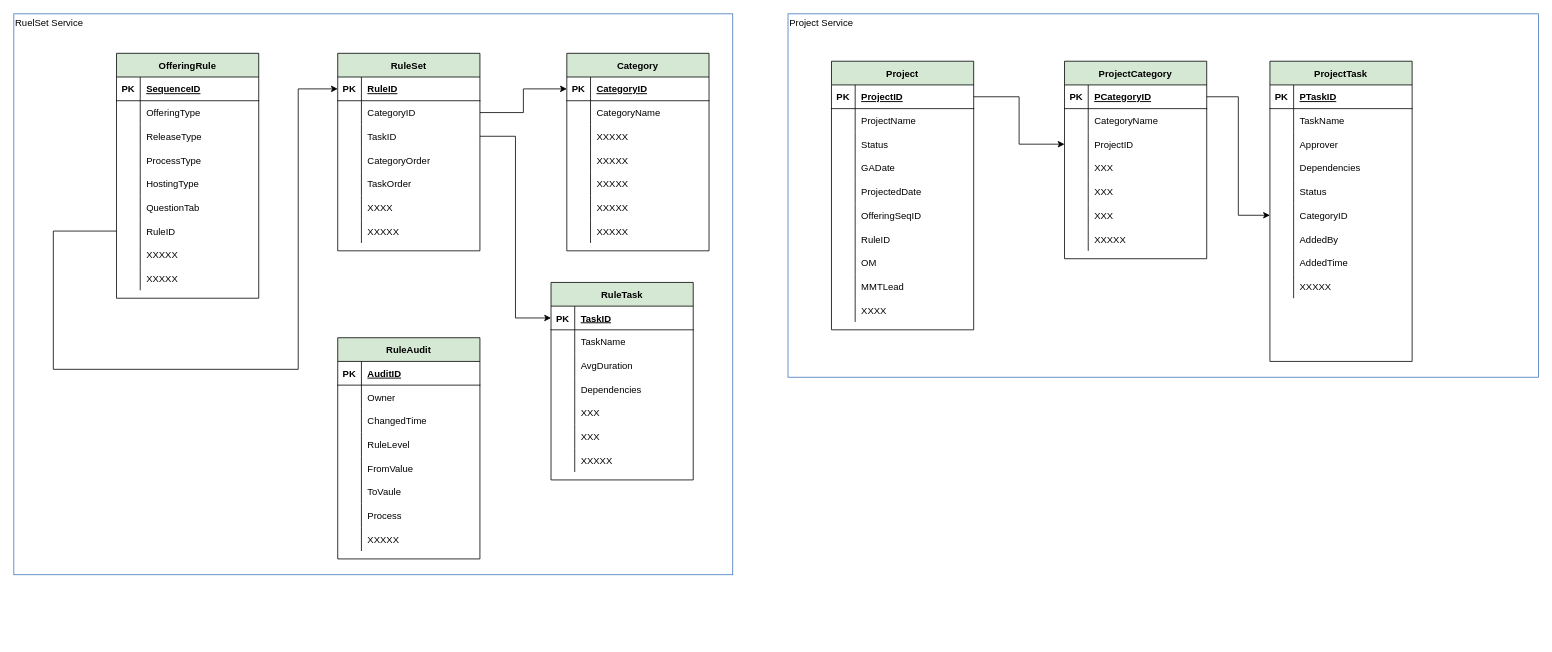
Before: page "Data Model" (4 of 6) of oasis-architecture.drawio in JackZhao2517/drawio_folder, a draw.io diagram. Source tidied: cells renumbered, new cells numbered last; positions are measured from the earlier drawing's top-left corner, leaving out a move shared by most shapes. Both pictures are drawn from the tidied source at 79%, with x=0, y=0 at pixel (13, 13).
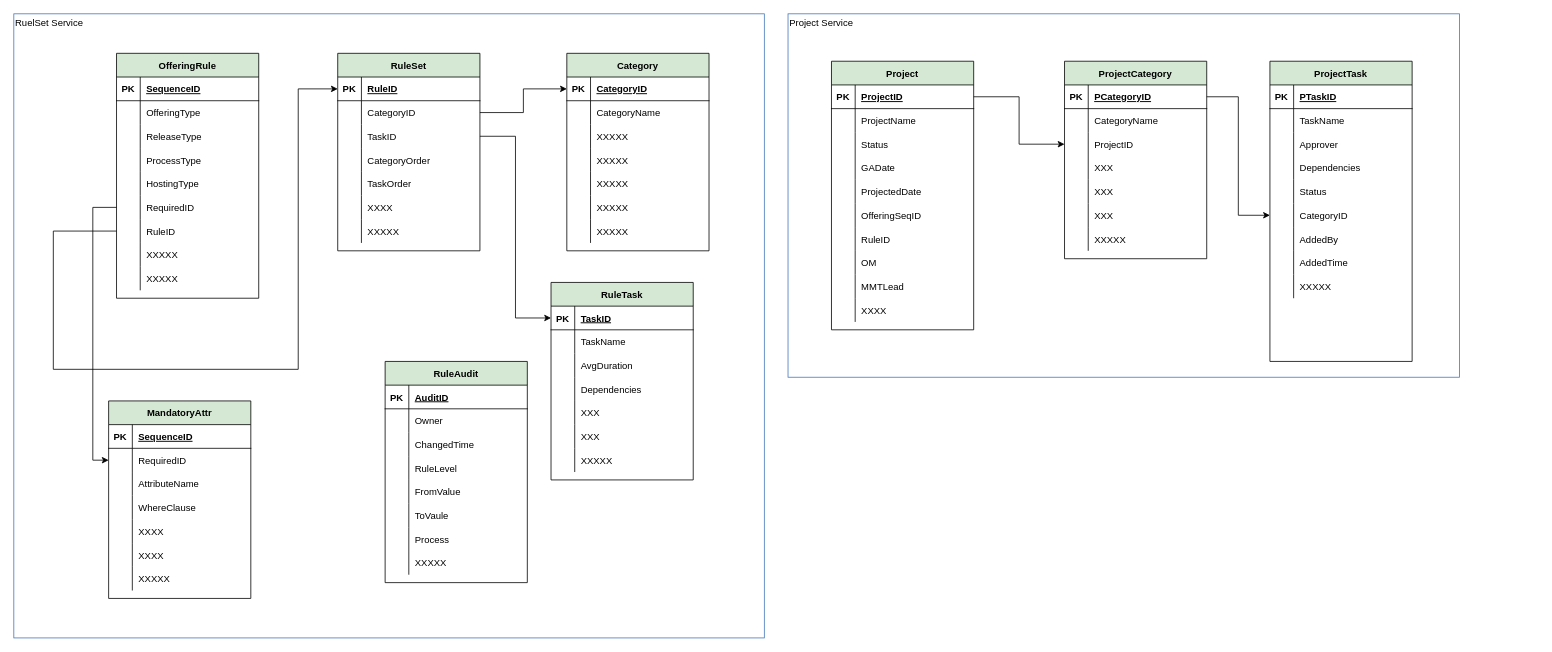
The same diagram, later.

Unchanged cells that the change refers to:
```xml
<mxCell id="88" style="shape=partialRectangle;fillColor=none;top=0;left=0;bottom=0;right=0;points=[[0,0.5],[1,0.5]];portConstraint=eastwest;" parent="72" vertex="1">
  <mxGeometry y="180" width="180" height="30" as="geometry" />
</mxCell>
```

Change to the diagram source:
```diff
@@
     <mxCell id="2" value="&lt;div align=&quot;left&quot;&gt;RuelSet Service&lt;/div&gt;" style="fontStyle=0;verticalAlign=top;align=left;spacingTop=-2;fillColor=none;rounded=0;whiteSpace=wrap;html=1;strokeColor=#4376BB;strokeWidth=1;dashed=0;" parent="1" vertex="1">
-      <mxGeometry width="910" height="710" as="geometry" />
+      <mxGeometry width="950" height="790" as="geometry" />
     </mxCell>
@@
     <mxCell id="47" value="RuleAudit" style="shape=table;startSize=30;childLayout=tableLayout;rowLines=0;fontStyle=1;align=center;fillColor=#D5E8D4;" parent="2" vertex="1">
-      <mxGeometry x="410" y="410" width="180" height="280" as="geometry" />
+      <mxGeometry x="470" y="440" width="180" height="280" as="geometry" />
     </mxCell>
@@
+    <mxCell id="209" value="MandatoryAttr" style="shape=table;startSize=30;childLayout=tableLayout;rowLines=0;fontStyle=1;align=center;fillColor=#D5E8D4;" parent="2" vertex="1">
+      <mxGeometry x="120" y="490" width="180" height="250" as="geometry" />
+    </mxCell>
+    <mxCell id="210" style="shape=partialRectangle;fillColor=none;top=0;left=0;bottom=1;right=0;" parent="209" vertex="1">
+      <mxGeometry y="30" width="180" height="30" as="geometry" />
+    </mxCell>
+    <mxCell id="211" value="PK" style="shape=partialRectangle;fillColor=none;top=0;left=0;bottom=0;right=0;fontStyle=1;overflow=hidden;" parent="210" vertex="1">
+      <mxGeometry width="30" height="30" as="geometry" />
+    </mxCell>
+    <mxCell id="212" value="SequenceID" style="shape=partialRectangle;fillColor=none;top=0;left=0;bottom=0;right=0;align=left;spacingLeft=6;fontStyle=5;overflow=hidden;" parent="210" vertex="1">
+      <mxGeometry x="30" width="150" height="30" as="geometry" />
+    </mxCell>
+    <mxCell id="213" style="shape=partialRectangle;fillColor=none;top=0;left=0;bottom=0;right=0;points=[[0,0.5],[1,0.5]];portConstraint=eastwest;" parent="209" vertex="1">
+      <mxGeometry y="60" width="180" height="30" as="geometry" />
+    </mxCell>
+    <mxCell id="214" style="shape=partialRectangle;fillColor=none;top=0;left=0;bottom=0;right=0;overflow=hidden;" parent="213" vertex="1">
+      <mxGeometry width="30" height="30" as="geometry" />
+    </mxCell>
+    <mxCell id="215" value="RequiredID" style="shape=partialRectangle;fillColor=none;top=0;left=0;bottom=0;right=0;align=left;spacingLeft=6;overflow=hidden;" parent="213" vertex="1">
+      <mxGeometry x="30" width="150" height="30" as="geometry" />
+    </mxCell>
+    <mxCell id="216" style="shape=partialRectangle;fillColor=none;top=0;left=0;bottom=0;right=0;" parent="209" vertex="1">
+      <mxGeometry y="90" width="180" height="30" as="geometry" />
+    </mxCell>
+    <mxCell id="217" style="shape=partialRectangle;fillColor=none;top=0;left=0;bottom=0;right=0;overflow=hidden;" parent="216" vertex="1">
+      <mxGeometry width="30" height="30" as="geometry" />
+    </mxCell>
+    <mxCell id="218" value="AttributeName" style="shape=partialRectangle;fillColor=none;top=0;left=0;bottom=0;right=0;align=left;spacingLeft=6;overflow=hidden;" parent="216" vertex="1">
+      <mxGeometry x="30" width="150" height="30" as="geometry" />
+    </mxCell>
+    <mxCell id="219" style="shape=partialRectangle;fillColor=none;top=0;left=0;bottom=0;right=0;" parent="209" vertex="1">
+      <mxGeometry y="120" width="180" height="30" as="geometry" />
+    </mxCell>
+    <mxCell id="220" style="shape=partialRectangle;fillColor=none;top=0;left=0;bottom=0;right=0;overflow=hidden;" parent="219" vertex="1">
+      <mxGeometry width="30" height="30" as="geometry" />
+    </mxCell>
+    <mxCell id="221" value="WhereClause" style="shape=partialRectangle;fillColor=none;top=0;left=0;bottom=0;right=0;align=left;spacingLeft=6;overflow=hidden;" parent="219" vertex="1">
+      <mxGeometry x="30" width="150" height="30" as="geometry" />
+    </mxCell>
+    <mxCell id="222" style="shape=partialRectangle;fillColor=none;top=0;left=0;bottom=0;right=0;" parent="209" vertex="1">
+      <mxGeometry y="150" width="180" height="30" as="geometry" />
+    </mxCell>
+    <mxCell id="223" style="shape=partialRectangle;fillColor=none;top=0;left=0;bottom=0;right=0;overflow=hidden;" parent="222" vertex="1">
+      <mxGeometry width="30" height="30" as="geometry" />
+    </mxCell>
+    <mxCell id="224" value="XXXX" style="shape=partialRectangle;fillColor=none;top=0;left=0;bottom=0;right=0;align=left;spacingLeft=6;overflow=hidden;" parent="222" vertex="1">
+      <mxGeometry x="30" width="150" height="30" as="geometry" />
+    </mxCell>
+    <mxCell id="225" style="shape=partialRectangle;fillColor=none;top=0;left=0;bottom=0;right=0;" parent="209" vertex="1">
+      <mxGeometry y="180" width="180" height="30" as="geometry" />
+    </mxCell>
+    <mxCell id="226" style="shape=partialRectangle;fillColor=none;top=0;left=0;bottom=0;right=0;overflow=hidden;" parent="225" vertex="1">
+      <mxGeometry width="30" height="30" as="geometry" />
+    </mxCell>
+    <mxCell id="227" value="XXXX" style="shape=partialRectangle;fillColor=none;top=0;left=0;bottom=0;right=0;align=left;spacingLeft=6;overflow=hidden;" parent="225" vertex="1">
+      <mxGeometry x="30" width="150" height="30" as="geometry" />
+    </mxCell>
+    <mxCell id="228" style="shape=partialRectangle;fillColor=none;top=0;left=0;bottom=0;right=0;" parent="209" vertex="1">
+      <mxGeometry y="210" width="180" height="30" as="geometry" />
+    </mxCell>
+    <mxCell id="229" style="shape=partialRectangle;fillColor=none;top=0;left=0;bottom=0;right=0;overflow=hidden;" parent="228" vertex="1">
+      <mxGeometry width="30" height="30" as="geometry" />
+    </mxCell>
+    <mxCell id="230" value="XXXXX" style="shape=partialRectangle;fillColor=none;top=0;left=0;bottom=0;right=0;align=left;spacingLeft=6;overflow=hidden;" parent="228" vertex="1">
+      <mxGeometry x="30" width="150" height="30" as="geometry" />
+    </mxCell>
@@
-    <mxCell id="90" value="QuestionTab" style="shape=partialRectangle;fillColor=none;top=0;left=0;bottom=0;right=0;align=left;spacingLeft=6;overflow=hidden;" parent="88" vertex="1">
+    <mxCell id="90" value="RequiredID" style="shape=partialRectangle;fillColor=none;top=0;left=0;bottom=0;right=0;align=left;spacingLeft=6;overflow=hidden;" parent="88" vertex="1">
       <mxGeometry x="30" width="150" height="30" as="geometry" />
     </mxCell>
@@
     <mxCell id="123" value="&lt;div align=&quot;left&quot;&gt;Project Service&lt;/div&gt;" style="fontStyle=0;verticalAlign=top;align=left;spacingTop=-2;fillColor=none;rounded=0;whiteSpace=wrap;html=1;strokeColor=#4376BB;strokeWidth=1;dashed=0;" parent="1" vertex="1">
-      <mxGeometry x="980" width="950" height="460" as="geometry" />
+      <mxGeometry x="980" width="850" height="460" as="geometry" />
     </mxCell>
@@
+    <mxCell id="231" style="edgeStyle=orthogonalEdgeStyle;rounded=0;jettySize=auto;html=1;exitX=0;exitY=0.5;exitDx=0;exitDy=0;entryX=0;entryY=0.5;entryDx=0;entryDy=0;" parent="1" edge="1" source="88" target="213">
+      <mxGeometry relative="1" as="geometry" />
+    </mxCell>
```
